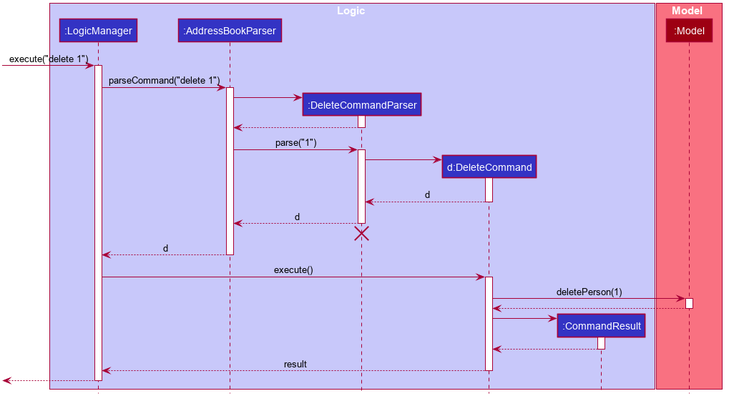
Before: docs/images/DeleteSequenceDiagram.png, a diagram exported from PlantUML (nus-cs2103-AY1920S1/addressbook-level3).
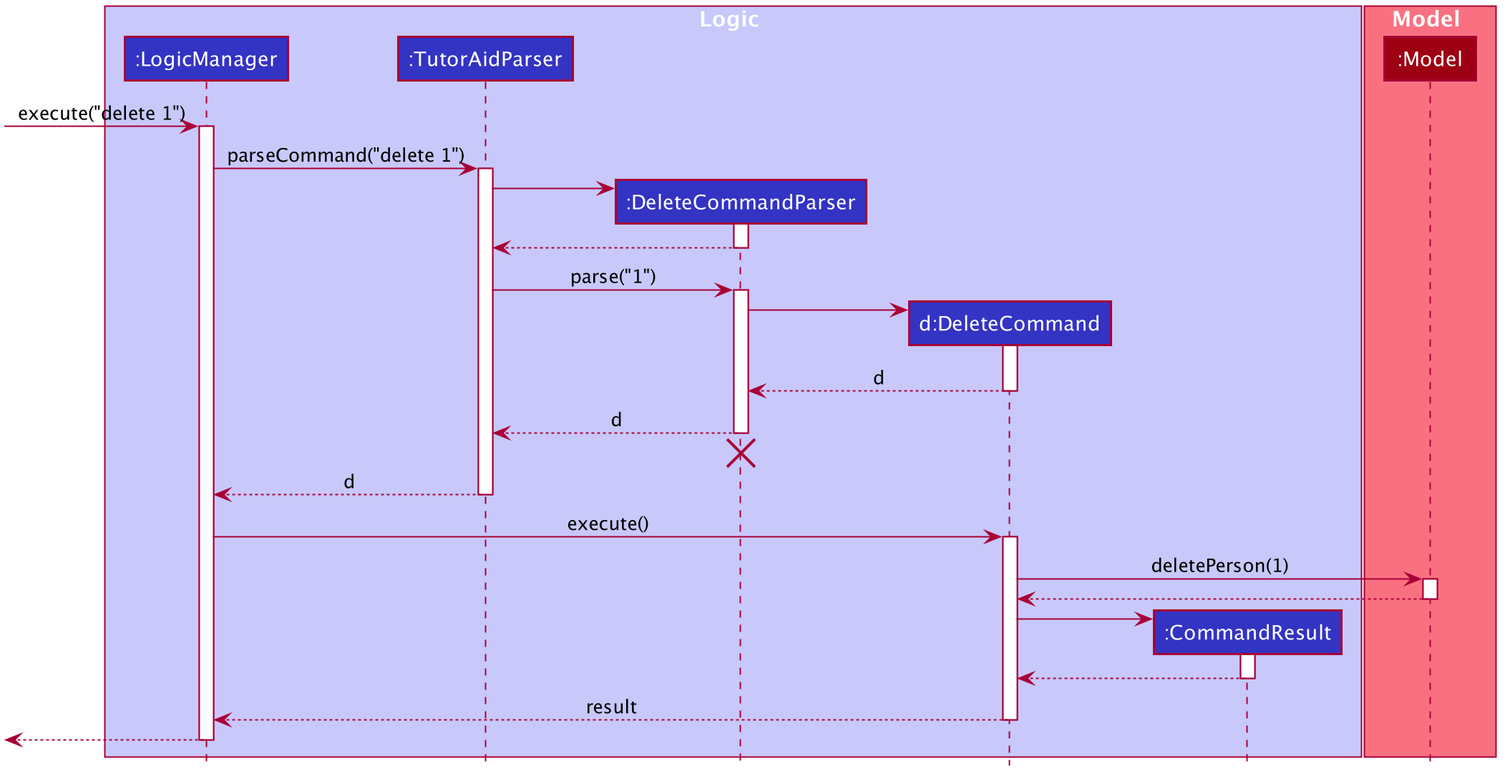
The same file after the commit.

The edit, as a diff of the source:
```diff
@@ -50,7 +50,7 @@
 
 box Logic #C8C8FA
 participant ":LogicManager" as LogicManager #3333C4
-participant ":AddressBookParser" as AddressBookParser #3333C4
+participant ":TutorAidParser" as TutorAidParser #3333C4
 participant ":DeleteCommandParser" as DeleteCommandParser #3333C4
 participant "d:DeleteCommand" as DeleteCommand #3333C4
 participant ":CommandResult" as CommandResult #3333C4
@@ -63,17 +63,17 @@
 [-> LogicManager : execute("delete 1")
 activate LogicManager
 
-LogicManager -> AddressBookParser : parseCommand("delete 1")
-activate AddressBookParser
+LogicManager -> TutorAidParser : parseCommand("delete 1")
+activate TutorAidParser
 
 create DeleteCommandParser
-AddressBookParser -> DeleteCommandParser
+TutorAidParser -> DeleteCommandParser
 activate DeleteCommandParser
 
-DeleteCommandParser --> AddressBookParser
+DeleteCommandParser --> TutorAidParser
 deactivate DeleteCommandParser
 
-AddressBookParser -> DeleteCommandParser : parse("1")
+TutorAidParser -> DeleteCommandParser : parse("1")
 activate DeleteCommandParser
 
 create DeleteCommand
@@ -83,13 +83,13 @@
 DeleteCommand --> DeleteCommandParser : d
 deactivate DeleteCommand
 
-DeleteCommandParser --> AddressBookParser : d
+DeleteCommandParser --> TutorAidParser : d
 deactivate DeleteCommandParser
-DeleteCommandParser -[hidden]-> AddressBookParser
+DeleteCommandParser -[hidden]-> TutorAidParser
 destroy DeleteCommandParser
 
-AddressBookParser --> LogicManager : d
-deactivate AddressBookParser
+TutorAidParser --> LogicManager : d
+deactivate TutorAidParser
 
 LogicManager -> DeleteCommand : execute()
 activate DeleteCommand
```
